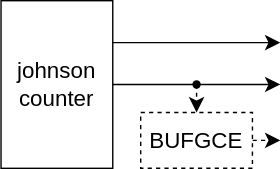
Earlier version of the draw.io export de/cdc/design/include/cdc_design.svg (jnjnliwenjie0022/obs). Source tidied: cells renumbered, new cells last; positions are measured from the earlier drawing's top-left corner, leaving out a move shared by most shapes.
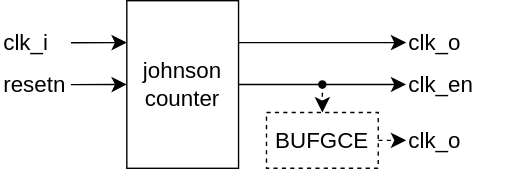
The same file after the commit.

Commit message:
vault backup: 2025-09-25 14:05:02

The edit, as a diff of the source:
```diff
@@ -2,6 +2,16 @@
   <root>
     <mxCell id="0" />
     <mxCell id="1" parent="0" />
+    <mxCell id="9" style="edgeStyle=none;curved=1;rounded=0;jettySize=auto;html=1;exitX=0;exitY=0.5;exitDx=0;exitDy=0;fontSize=12;startSize=8;endSize=8;entryX=0;entryY=0.5;entryDx=0;entryDy=0;" parent="1" edge="1" target="2">
+      <mxGeometry relative="1" as="geometry">
+        <mxPoint x="-40" y="60.1" as="sourcePoint" />
+      </mxGeometry>
+    </mxCell>
+    <mxCell id="10" style="edgeStyle=none;curved=1;rounded=0;jettySize=auto;html=1;exitX=0;exitY=0.25;exitDx=0;exitDy=0;fontSize=12;startSize=8;endSize=8;entryX=0;entryY=0.25;entryDx=0;entryDy=0;" parent="1" edge="1" target="2">
+      <mxGeometry relative="1" as="geometry">
+        <mxPoint x="-40" y="30.1" as="sourcePoint" />
+      </mxGeometry>
+    </mxCell>
     <mxCell id="2" value="johnson counter" style="rounded=0;whiteSpace=wrap;html=1;fontSize=16;" parent="1" vertex="1">
       <mxGeometry width="80" height="120" as="geometry" />
     </mxCell>
@@ -34,5 +44,20 @@
     <mxCell id="8" style="shape=waypoint;sketch=0;size=6;points=[];fillColor=none;perimeter=centerPerimeter;snapToPoint=1;fontSize=16;" parent="1" vertex="1">
       <mxGeometry x="130" y="50" width="20" height="20" as="geometry" />
     </mxCell>
+    <mxCell id="11" value="clk_o" style="rounded=0;whiteSpace=wrap;html=1;fontSize=16;fillColor=none;strokeColor=none;align=left;" parent="1" vertex="1">
+      <mxGeometry x="200" y="20" width="80" height="20" as="geometry" />
+    </mxCell>
+    <mxCell id="12" value="clk_en" style="rounded=0;whiteSpace=wrap;html=1;fontSize=16;fillColor=none;strokeColor=none;align=left;" parent="1" vertex="1">
+      <mxGeometry x="200" y="50" width="80" height="20" as="geometry" />
+    </mxCell>
+    <mxCell id="13" value="clk_i" style="rounded=0;whiteSpace=wrap;html=1;fontSize=16;fillColor=none;strokeColor=none;align=left;" parent="1" vertex="1">
+      <mxGeometry x="-90" y="20" width="50" height="20" as="geometry" />
+    </mxCell>
+    <mxCell id="14" value="resetn" style="rounded=0;whiteSpace=wrap;html=1;fontSize=16;fillColor=none;strokeColor=none;align=left;" parent="1" vertex="1">
+      <mxGeometry x="-90" y="50" width="50" height="20" as="geometry" />
+    </mxCell>
+    <mxCell id="15" value="clk_o" style="rounded=0;whiteSpace=wrap;html=1;fontSize=16;fillColor=none;strokeColor=none;align=left;" parent="1" vertex="1">
+      <mxGeometry x="200" y="90" width="80" height="20" as="geometry" />
+    </mxCell>
   </root>
 </mxGraphModel>
```
